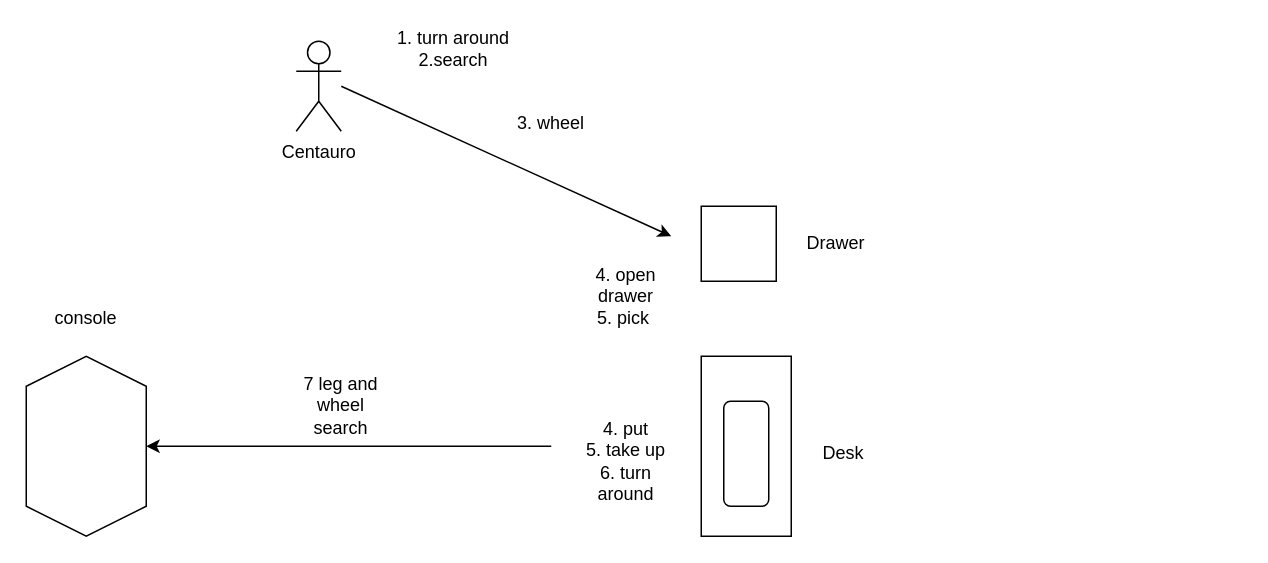
The draw.io diagram long_task.drawio in muzi2018/centauro_long_task, before the edit. Source tidied: cells renumbered, new cells numbered last; positions are measured from the earlier drawing's top-left corner, leaving out a move shared by most shapes. Both pictures are drawn from the tidied source at 150%, with x=0, y=0 at pixel (-4, 26).
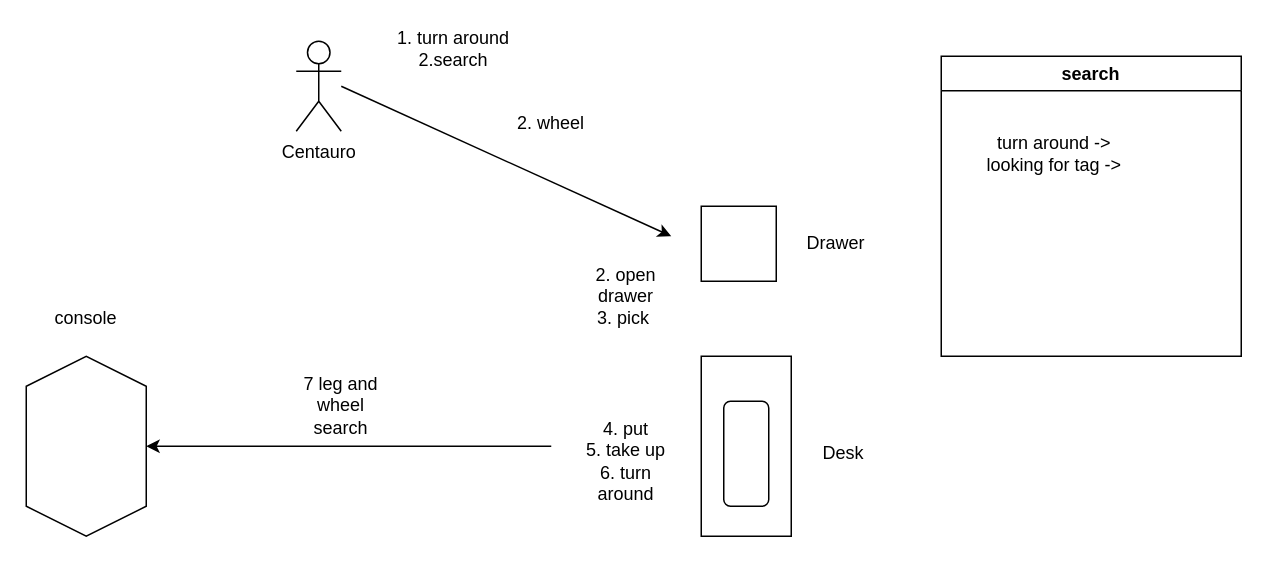
The same page after the edit.

The edit, as a diff of the source:
```diff
@@
-    <mxCell id="11" value="3. wheel" style="text;html=1;strokeColor=none;fillColor=none;align=center;verticalAlign=middle;whiteSpace=wrap;rounded=0;" parent="1" vertex="1">
+    <mxCell id="11" value="2. wheel" style="text;html=1;strokeColor=none;fillColor=none;align=center;verticalAlign=middle;whiteSpace=wrap;rounded=0;" parent="1" vertex="1">
       <mxGeometry x="340" y="50" width="60" height="30" as="geometry" />
     </mxCell>
-    <mxCell id="12" value="4. open drawer&lt;br&gt;5. pick&amp;nbsp;" style="text;html=1;strokeColor=none;fillColor=none;align=center;verticalAlign=middle;whiteSpace=wrap;rounded=0;" parent="1" vertex="1">
+    <mxCell id="12" value="2. open drawer&lt;br&gt;3. pick&amp;nbsp;" style="text;html=1;strokeColor=none;fillColor=none;align=center;verticalAlign=middle;whiteSpace=wrap;rounded=0;" parent="1" vertex="1">
       <mxGeometry x="390" y="150" width="60" height="60" as="geometry" />
     </mxCell>
@@
+    <mxCell id="20" value="search" style="swimlane;whiteSpace=wrap;html=1;" parent="1" vertex="1">
+      <mxGeometry x="630" y="20" width="200" height="200" as="geometry" />
+    </mxCell>
+    <mxCell id="21" value="turn around -&amp;gt; &lt;br&gt;looking for tag -&amp;gt;" style="text;html=1;align=center;verticalAlign=middle;strokeColor=none;fillColor=none;" parent="20" vertex="1">
+      <mxGeometry x="20" y="45" width="110" height="40" as="geometry" />
+    </mxCell>
```
